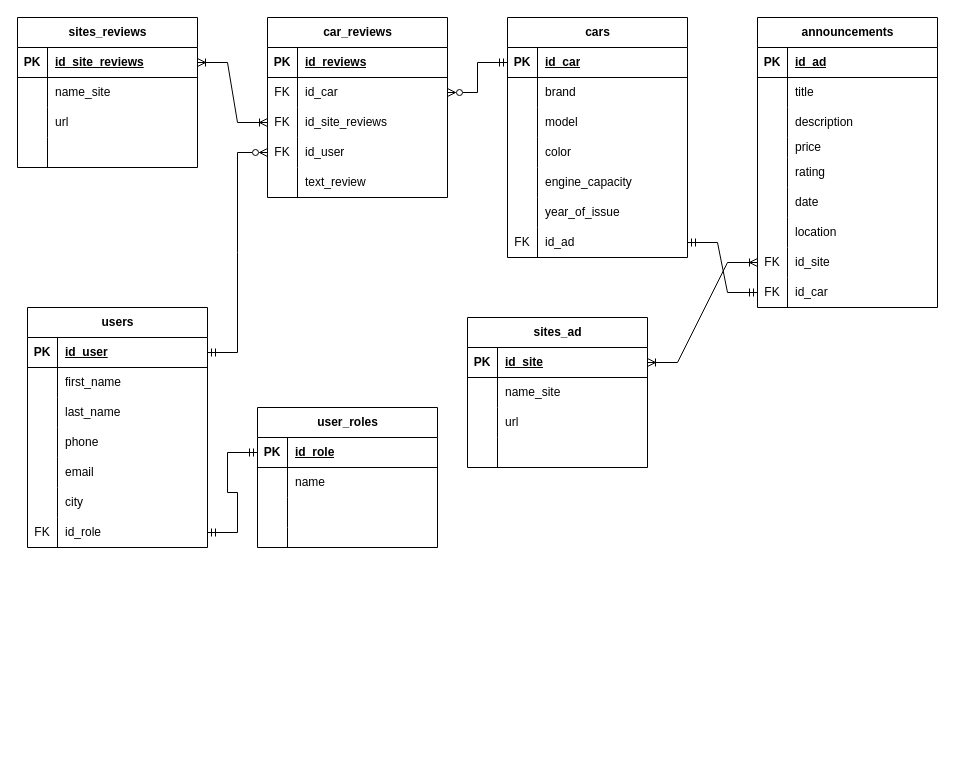
Earlier version of the draw.io diagram Диаграмма без названия.drawio (SashaKhmur03/FinalProject). Source tidied: cells renumbered, new cells numbered last; positions are measured from the earlier drawing's top-left corner, leaving out a move shared by most shapes. Both pictures are drawn from the tidied source at 100%, with x=0, y=0 at pixel (17, 17).
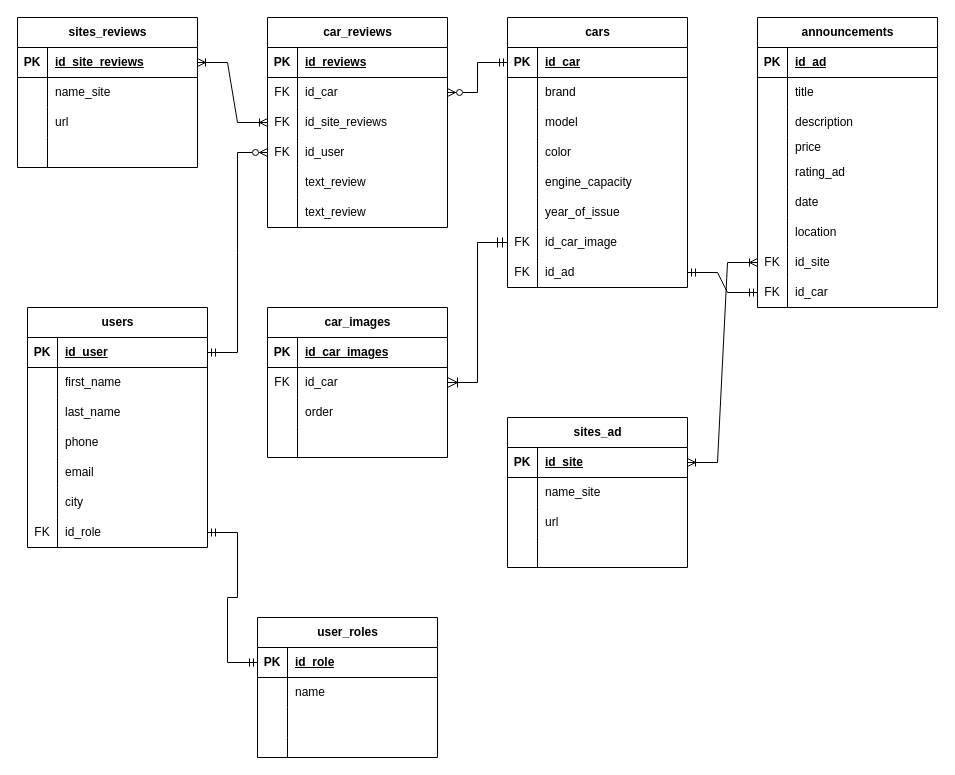
After the change.

The change refers to these unchanged cells:
```xml
<mxCell id="37" style="shape=tableRow;horizontal=0;startSize=0;swimlaneHead=0;swimlaneBody=0;fillColor=none;top=0;left=0;right=0;bottom=0;" parent="24" vertex="1">
  <mxGeometry y="140" width="180" height="30" as="geometry" />
</mxCell>
```

What changed in the source:
```diff
@@
-    <mxCell id="39" value="rating" style="shape=partialRectangle;fillColor=none;top=0;left=0;bottom=0;right=0;align=left;spacingLeft=6;overflow=hidden;whiteSpace=wrap;html=1;" parent="37" vertex="1">
+    <mxCell id="39" value="rating_ad" style="shape=partialRectangle;fillColor=none;top=0;left=0;bottom=0;right=0;align=left;spacingLeft=6;overflow=hidden;whiteSpace=wrap;html=1;" parent="37" vertex="1">
       <mxGeometry x="30" width="150" height="30" as="geometry" />
     </mxCell>
@@
     <mxCell id="52" value="cars" style="shape=table;startSize=30;childLayout=tableLayout;rowLines=0;fontStyle=1;align=center;html=1;" parent="1" vertex="1">
-      <mxGeometry x="490" width="180" height="240" as="geometry" />
+      <mxGeometry x="490" width="180" height="270" as="geometry" />
     </mxCell>
@@
+    <mxCell id="135" style="shape=tableRow;horizontal=0;startSize=0;swimlaneHead=0;swimlaneBody=0;fillColor=none;points=[[0,0.5],[1,0.5]];portConstraint=eastwest;top=0;left=0;right=0;bottom=0;" parent="52" vertex="1">
+      <mxGeometry y="210" width="180" height="30" as="geometry" />
+    </mxCell>
+    <mxCell id="136" value="FK" style="shape=partialRectangle;fillColor=none;top=0;left=0;bottom=0;right=0;overflow=hidden;whiteSpace=wrap;html=1;" parent="135" vertex="1">
+      <mxGeometry width="30" height="30" as="geometry" />
+    </mxCell>
+    <mxCell id="137" value="id_car_image" style="shape=partialRectangle;fillColor=none;top=0;left=0;bottom=0;right=0;align=left;spacingLeft=6;overflow=hidden;whiteSpace=wrap;html=1;" parent="135" vertex="1">
+      <mxGeometry x="30" width="150" height="30" as="geometry" />
+    </mxCell>
     <mxCell id="71" style="shape=tableRow;horizontal=0;startSize=0;swimlaneHead=0;swimlaneBody=0;fillColor=none;points=[[0,0.5],[1,0.5]];portConstraint=eastwest;top=0;left=0;right=0;bottom=0;" parent="52" vertex="1">
-      <mxGeometry y="210" width="180" height="30" as="geometry" />
+      <mxGeometry y="240" width="180" height="30" as="geometry" />
     </mxCell>
@@
     <mxCell id="74" value="car_reviews" style="shape=table;startSize=30;childLayout=tableLayout;rowLines=0;fontStyle=1;align=center;html=1;" parent="1" vertex="1">
-      <mxGeometry x="250" width="180" height="180" as="geometry" />
+      <mxGeometry x="250" width="180" height="210" as="geometry" />
     </mxCell>
@@
+    <mxCell id="138" style="shape=tableRow;horizontal=0;startSize=0;swimlaneHead=0;swimlaneBody=0;fillColor=none;top=0;left=0;right=0;bottom=0;" parent="74" vertex="1">
+      <mxGeometry y="180" width="180" height="30" as="geometry" />
+    </mxCell>
+    <mxCell id="139" style="shape=partialRectangle;fillColor=none;top=0;left=0;bottom=0;right=0;overflow=hidden;whiteSpace=wrap;html=1;" parent="138" vertex="1">
+      <mxGeometry width="30" height="30" as="geometry" />
+    </mxCell>
+    <mxCell id="140" value="text_review" style="shape=partialRectangle;fillColor=none;top=0;left=0;bottom=0;right=0;align=left;spacingLeft=6;overflow=hidden;whiteSpace=wrap;html=1;" parent="138" vertex="1">
+      <mxGeometry x="30" width="150" height="30" as="geometry" />
+    </mxCell>
@@
     <mxCell id="91" value="sites_ad" style="shape=table;startSize=30;childLayout=tableLayout;rowLines=0;fontStyle=1;align=center;html=1;" parent="1" vertex="1">
-      <mxGeometry x="450" y="300" width="180" height="150" as="geometry" />
+      <mxGeometry x="490" y="400" width="180" height="150" as="geometry" />
     </mxCell>
@@
     <mxCell id="104" value="user_roles" style="shape=table;startSize=30;childLayout=tableLayout;rowLines=0;fontStyle=1;align=center;html=1;" parent="1" vertex="1">
-      <mxGeometry x="240" y="390" width="180" height="140" as="geometry" />
+      <mxGeometry x="240" y="600" width="180" height="140" as="geometry" />
     </mxCell>
@@
+    <mxCell id="141" value="car_images" style="shape=table;startSize=30;childLayout=tableLayout;rowLines=0;fontStyle=1;align=center;html=1;" parent="1" vertex="1">
+      <mxGeometry x="250" y="290" width="180" height="150" as="geometry" />
+    </mxCell>
+    <mxCell id="142" style="shape=tableRow;horizontal=0;startSize=0;swimlaneHead=0;swimlaneBody=0;fillColor=none;top=0;left=0;right=0;bottom=1;" parent="141" vertex="1">
+      <mxGeometry y="30" width="180" height="30" as="geometry" />
+    </mxCell>
+    <mxCell id="143" value="PK" style="shape=partialRectangle;fillColor=none;top=0;left=0;bottom=0;right=0;fontStyle=1;overflow=hidden;whiteSpace=wrap;html=1;" parent="142" vertex="1">
+      <mxGeometry width="30" height="30" as="geometry" />
+    </mxCell>
+    <mxCell id="144" value="id_car_images" style="shape=partialRectangle;fillColor=none;top=0;left=0;bottom=0;right=0;align=left;spacingLeft=6;fontStyle=5;overflow=hidden;whiteSpace=wrap;html=1;" parent="142" vertex="1">
+      <mxGeometry x="30" width="150" height="30" as="geometry" />
+    </mxCell>
+    <mxCell id="145" style="shape=tableRow;horizontal=0;startSize=0;swimlaneHead=0;swimlaneBody=0;fillColor=none;points=[[0,0.5],[1,0.5]];portConstraint=eastwest;top=0;left=0;right=0;bottom=0;" parent="141" vertex="1">
+      <mxGeometry y="60" width="180" height="30" as="geometry" />
+    </mxCell>
+    <mxCell id="146" value="FK" style="shape=partialRectangle;fillColor=none;top=0;left=0;bottom=0;right=0;overflow=hidden;whiteSpace=wrap;html=1;" parent="145" vertex="1">
+      <mxGeometry width="30" height="30" as="geometry" />
+    </mxCell>
+    <mxCell id="147" value="id_car" style="shape=partialRectangle;fillColor=none;top=0;left=0;bottom=0;right=0;align=left;spacingLeft=6;overflow=hidden;whiteSpace=wrap;html=1;" parent="145" vertex="1">
+      <mxGeometry x="30" width="150" height="30" as="geometry" />
+    </mxCell>
+    <mxCell id="148" style="shape=tableRow;horizontal=0;startSize=0;swimlaneHead=0;swimlaneBody=0;fillColor=none;top=0;left=0;right=0;bottom=0;" parent="141" vertex="1">
+      <mxGeometry y="90" width="180" height="30" as="geometry" />
+    </mxCell>
+    <mxCell id="149" style="shape=partialRectangle;fillColor=none;top=0;left=0;bottom=0;right=0;overflow=hidden;whiteSpace=wrap;html=1;" parent="148" vertex="1">
+      <mxGeometry width="30" height="30" as="geometry" />
+    </mxCell>
+    <mxCell id="150" value="order" style="shape=partialRectangle;fillColor=none;top=0;left=0;bottom=0;right=0;align=left;spacingLeft=6;overflow=hidden;whiteSpace=wrap;html=1;" parent="148" vertex="1">
+      <mxGeometry x="30" width="150" height="30" as="geometry" />
+    </mxCell>
+    <mxCell id="151" style="shape=tableRow;horizontal=0;startSize=0;swimlaneHead=0;swimlaneBody=0;fillColor=none;top=0;left=0;right=0;bottom=0;" parent="141" vertex="1">
+      <mxGeometry y="120" width="180" height="30" as="geometry" />
+    </mxCell>
+    <mxCell id="152" style="shape=partialRectangle;fillColor=none;top=0;left=0;bottom=0;right=0;overflow=hidden;whiteSpace=wrap;html=1;" parent="151" vertex="1">
+      <mxGeometry width="30" height="30" as="geometry" />
+    </mxCell>
+    <mxCell id="153" style="shape=partialRectangle;fillColor=none;top=0;left=0;bottom=0;right=0;align=left;spacingLeft=6;overflow=hidden;whiteSpace=wrap;html=1;" parent="151" vertex="1">
+      <mxGeometry x="30" width="150" height="30" as="geometry" />
+    </mxCell>
+    <mxCell id="154" style="edgeStyle=orthogonalEdgeStyle;fontSize=12;html=1;endArrow=ERoneToMany;startArrow=ERmandOne;rounded=0;startSize=8;endSize=8;exitX=0;exitY=0.5;exitDx=0;exitDy=0;entryX=1;entryY=0.5;entryDx=0;entryDy=0;" parent="1" edge="1" source="135" target="145">
+      <mxGeometry relative="1" as="geometry" />
+    </mxCell>
```
